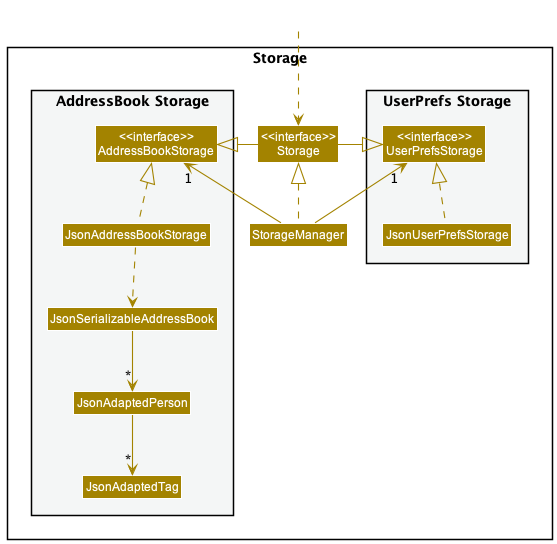
This is docs/images/StorageClassDiagram.png from nus-cs2103-AY2223S2/tp, a PlantUML export, as it was before one commit.
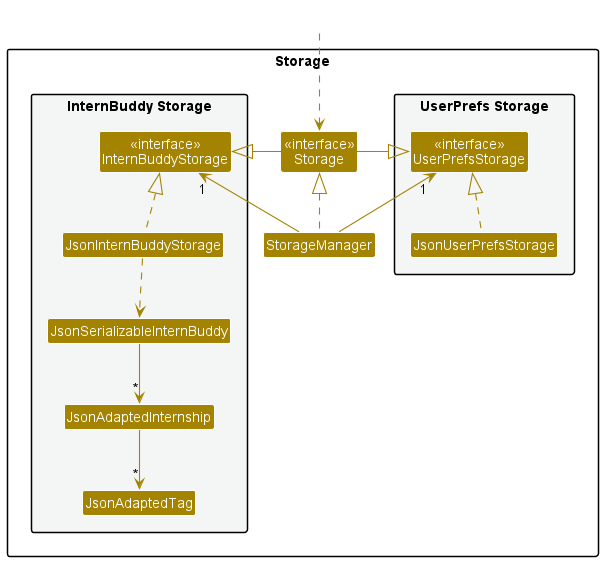
The same diagram one commit later.

Change to the diagram source:
```diff
@@ -11,33 +11,33 @@
 Class JsonUserPrefsStorage
 }
 
-Class "<<interface>>\nStorage" as Storage
+Class "<<interface>>\nStorage" as StorageInterface
 Class StorageManager
 
-package "AddressBook Storage" #F4F6F6{
-Class "<<interface>>\nAddressBookStorage" as AddressBookStorage
-Class JsonAddressBookStorage
-Class JsonSerializableAddressBook
-Class JsonAdaptedPerson
+package "InternBuddy Storage" #F4F6F6{
+Class "<<interface>>\nInternBuddyStorage" as InternBuddyStorage
+Class JsonInternBuddyStorage
+Class JsonSerializableInternBuddy
+Class JsonAdaptedInternship
 Class JsonAdaptedTag
 }
 
 }
 
 Class HiddenOutside #FFFFFF
-HiddenOutside ..> Storage
+HiddenOutside ..> StorageInterface
 
-StorageManager .up.|> Storage
+StorageManager .up.|> StorageInterface
 StorageManager -up-> "1" UserPrefsStorage
-StorageManager -up-> "1" AddressBookStorage
+StorageManager -up-> "1" InternBuddyStorage
 
-Storage -left-|> UserPrefsStorage
-Storage -right-|> AddressBookStorage
+StorageInterface -left-|> UserPrefsStorage
+StorageInterface -right-|> InternBuddyStorage
 
 JsonUserPrefsStorage .up.|> UserPrefsStorage
-JsonAddressBookStorage .up.|> AddressBookStorage
-JsonAddressBookStorage ..> JsonSerializableAddressBook
-JsonSerializableAddressBook --> "*" JsonAdaptedPerson
-JsonAdaptedPerson --> "*" JsonAdaptedTag
+JsonInternBuddyStorage .up.|> InternBuddyStorage
+JsonInternBuddyStorage ..> JsonSerializableInternBuddy
+JsonSerializableInternBuddy --> "*" JsonAdaptedInternship
+JsonAdaptedInternship --> "*" JsonAdaptedTag
 
 @enduml
```
